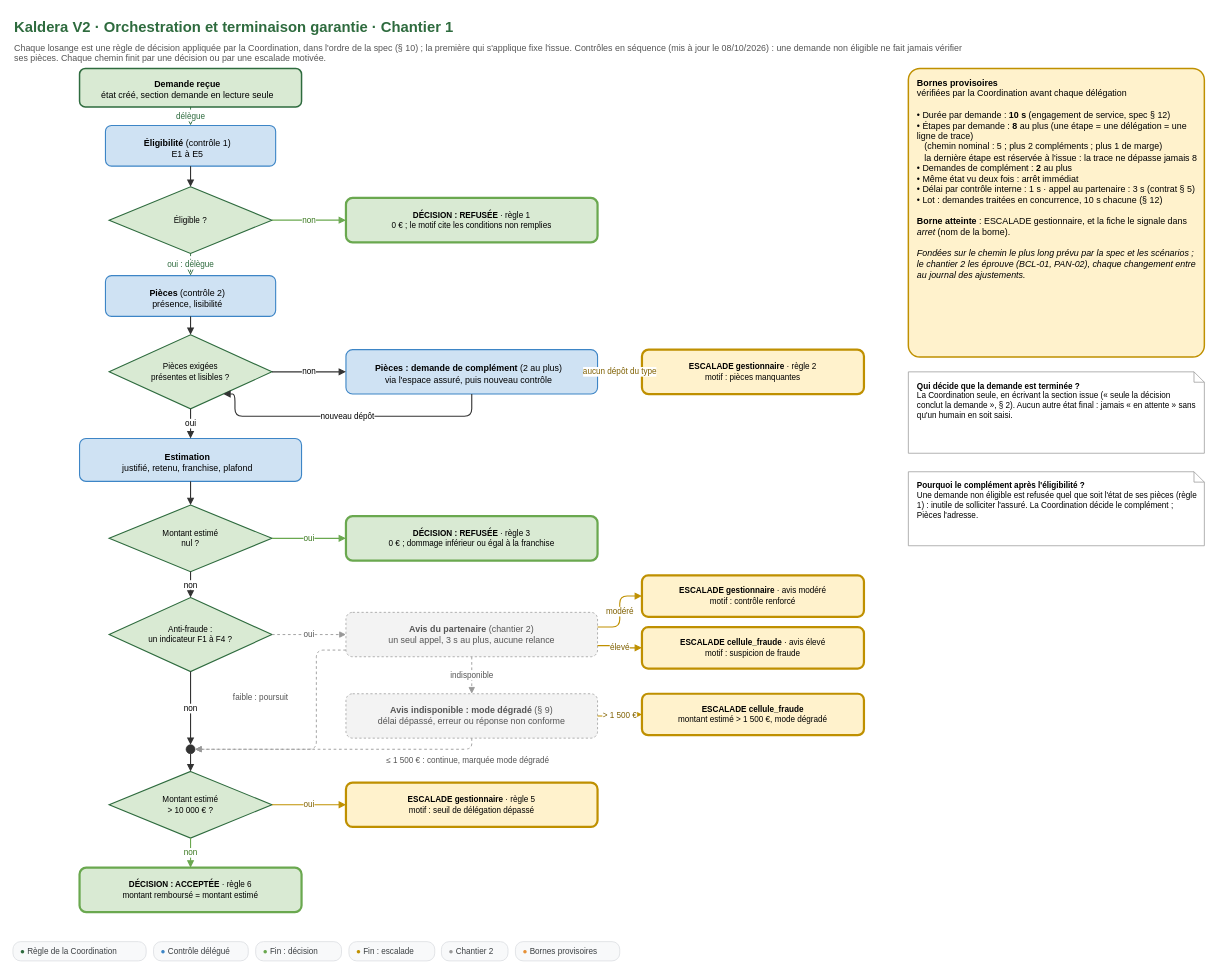
Earlier version of the draw.io diagram conception/schemas/schema-2-orchestration.drawio (Ganda15/kaldera-bout-en-bout_v2). Source tidied: cells renumbered, new cells numbered last; positions are measured from the earlier drawing's top-left corner, leaving out a move shared by most shapes. Both pictures are drawn from the tidied source at 74%, with x=0, y=0 at pixel (13, 13).
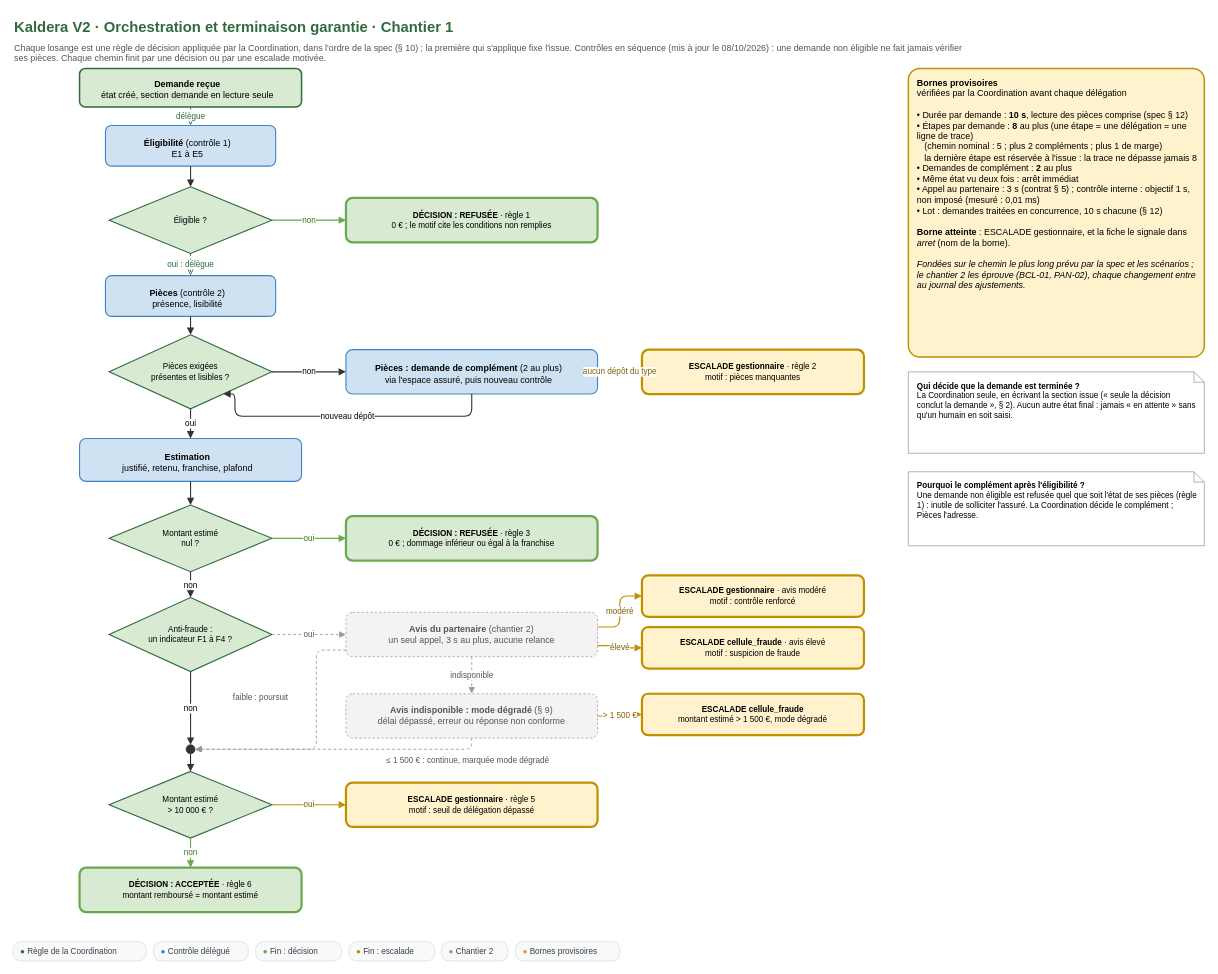
After the change.

Commit message (it also covers changes not shown here):
docs(conception): budget de 10 s lecture comprise, controles en sequence dans la memoire, schemas 1, 2, E et N1

Diff of the diagram source:
```diff
@@
-    <mxCell id="24" value="&lt;b&gt;Bornes provisoires&lt;/b&gt;&lt;br&gt;vérifiées par la Coordination avant chaque délégation&lt;br&gt;&lt;br&gt;• Durée par demande : &lt;b&gt;10 s&lt;/b&gt; (engagement de service, spec § 12)&lt;br&gt;• Étapes par demande : &lt;b&gt;8&lt;/b&gt; au plus (une étape = une délégation = une ligne de trace)&lt;br&gt;&amp;nbsp;&amp;nbsp;&amp;nbsp;(chemin nominal : 5 ; plus 2 compléments ; plus 1 de marge)&lt;br&gt;&amp;nbsp;&amp;nbsp;&amp;nbsp;la dernière étape est réservée à l'issue : la trace ne dépasse jamais 8&lt;br&gt;• Demandes de complément : &lt;b&gt;2&lt;/b&gt; au plus&lt;br&gt;• Même état vu deux fois : arrêt immédiat&lt;br&gt;• Délai par contrôle interne : 1 s · appel au partenaire : 3 s (contrat § 5)&lt;br&gt;• Lot : demandes traitées en concurrence, 10 s chacune (§ 12)&lt;br&gt;&lt;br&gt;&lt;b&gt;Borne atteinte&lt;/b&gt; : ESCALADE gestionnaire, et la fiche le signale dans &lt;i&gt;arret&lt;/i&gt; (nom de la borne).&lt;br&gt;&lt;br&gt;&lt;i&gt;Fondées sur le chemin le plus long prévu par la spec et les scénarios ; le chantier 2 les éprouve (BCL-01, PAN-02), chaque changement entre au journal des ajustements.&lt;/i&gt;" style="whiteSpace=wrap;html=1;fontFamily=Arial;fontSize=12;align=left;spacingLeft=10;spacingRight=8;verticalAlign=top;spacingTop=6;rounded=1;fillColor=#fce5cd;strokeColor=#e69138;strokeWidth=2;fillColor=#fff2cc;strokeColor=#bf9000;arcSize=4;" parent="1" vertex="1">
+    <mxCell id="24" value="&lt;b&gt;Bornes provisoires&lt;/b&gt;&lt;br&gt;vérifiées par la Coordination avant chaque délégation&lt;br&gt;&lt;br&gt;• Durée par demande : &lt;b&gt;10 s&lt;/b&gt;, lecture des pièces comprise (spec § 12)&lt;br&gt;• Étapes par demande : &lt;b&gt;8&lt;/b&gt; au plus (une étape = une délégation = une ligne de trace)&lt;br&gt;&amp;nbsp;&amp;nbsp;&amp;nbsp;(chemin nominal : 5 ; plus 2 compléments ; plus 1 de marge)&lt;br&gt;&amp;nbsp;&amp;nbsp;&amp;nbsp;la dernière étape est réservée à l'issue : la trace ne dépasse jamais 8&lt;br&gt;• Demandes de complément : &lt;b&gt;2&lt;/b&gt; au plus&lt;br&gt;• Même état vu deux fois : arrêt immédiat&lt;br&gt;• Appel au partenaire : 3 s (contrat § 5) ; contrôle interne : objectif 1 s, non imposé (mesuré : 0,01 ms)&lt;br&gt;• Lot : demandes traitées en concurrence, 10 s chacune (§ 12)&lt;br&gt;&lt;br&gt;&lt;b&gt;Borne atteinte&lt;/b&gt; : ESCALADE gestionnaire, et la fiche le signale dans &lt;i&gt;arret&lt;/i&gt; (nom de la borne).&lt;br&gt;&lt;br&gt;&lt;i&gt;Fondées sur le chemin le plus long prévu par la spec et les scénarios ; le chantier 2 les éprouve (BCL-01, PAN-02), chaque changement entre au journal des ajustements.&lt;/i&gt;" style="whiteSpace=wrap;html=1;fontFamily=Arial;fontSize=12;align=left;spacingLeft=10;spacingRight=8;verticalAlign=top;spacingTop=6;rounded=1;fillColor=#fce5cd;strokeColor=#e69138;strokeWidth=2;fillColor=#fff2cc;strokeColor=#bf9000;arcSize=4;" parent="1" vertex="1">
       <mxGeometry x="1210" y="75" width="400" height="390" as="geometry" />
     </mxCell>
```
